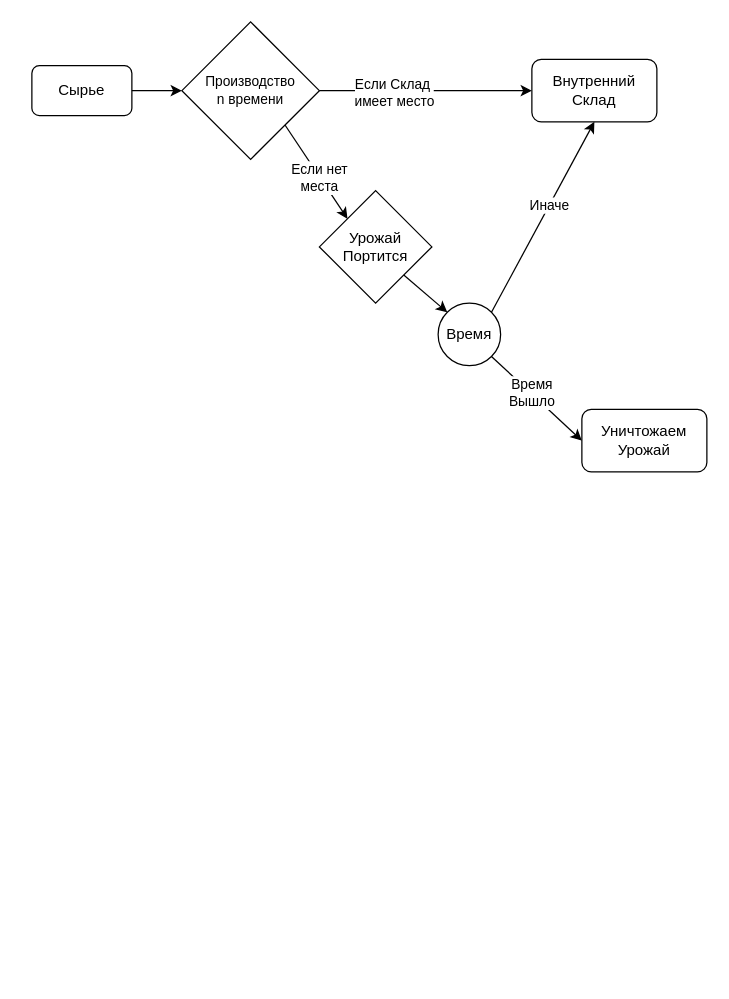
MatherTGL/Mexico-Tycoon-Last keeps this draw.io diagram as Assets/Documents/Производство.drawio. Above is the earlier version. Source tidied: cells renumbered, new cells numbered last; positions are measured from the earlier drawing's top-left corner, leaving out a move shared by most shapes. Both pictures are drawn from the tidied source at 125%, with x=0, y=0 at pixel (31, 21).
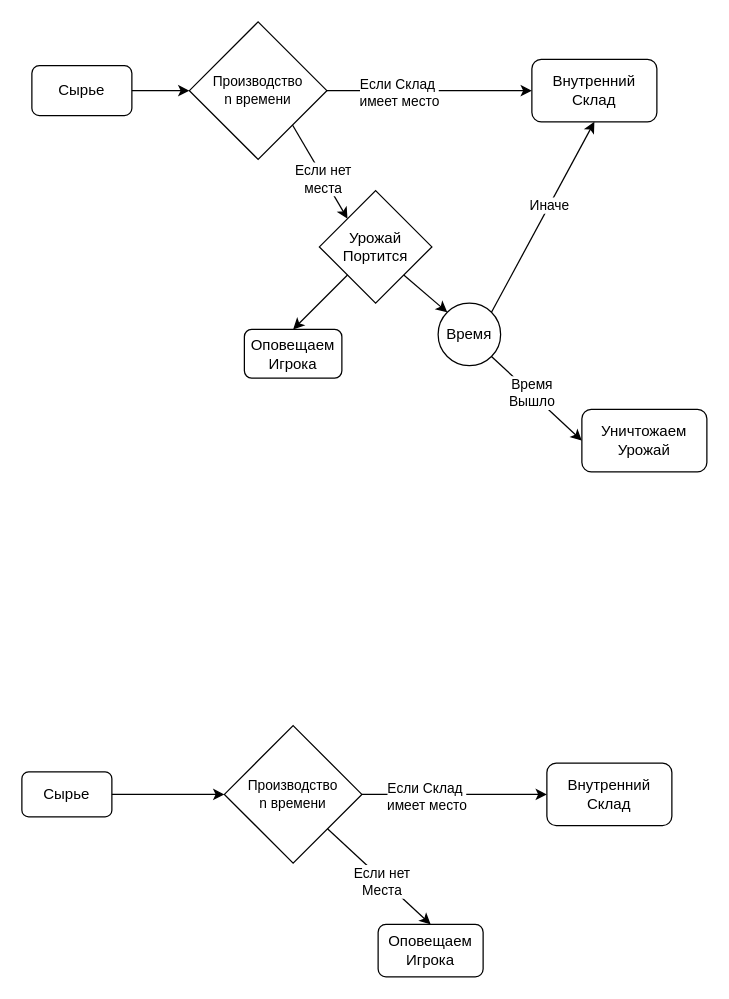
Above is the later version.

Unchanged cells that the change refers to:
```xml
<mxCell id="8" value="&lt;div&gt;Урожай&lt;/div&gt;&lt;div&gt;Портится&lt;br&gt;&lt;/div&gt;" style="rhombus;whiteSpace=wrap;html=1;" parent="1" vertex="1">
  <mxGeometry x="230" y="135" width="90" height="90" as="geometry" />
</mxCell>
```

Diff of the diagram source:
```diff
@@
     <mxCell id="3" value="&lt;div style=&quot;font-size: 11px;&quot;&gt;&lt;font style=&quot;font-size: 11px;&quot;&gt;Производство&lt;/font&gt;&lt;/div&gt;&lt;font style=&quot;font-size: 11px;&quot;&gt;n времени&lt;/font&gt;" style="rhombus;whiteSpace=wrap;html=1;" parent="1" vertex="1">
-      <mxGeometry x="120" width="110" height="110" as="geometry" />
+      <mxGeometry x="126" width="110" height="110" as="geometry" />
     </mxCell>
@@
+    <mxCell id="18" value="Сырье" style="rounded=1;whiteSpace=wrap;html=1;" parent="1" vertex="1">
+      <mxGeometry x="-8" y="600" width="72" height="36" as="geometry" />
+    </mxCell>
+    <mxCell id="19" value="&lt;div style=&quot;font-size: 11px;&quot;&gt;&lt;font style=&quot;font-size: 11px;&quot;&gt;Производство&lt;/font&gt;&lt;/div&gt;&lt;font style=&quot;font-size: 11px;&quot;&gt;n времени&lt;/font&gt;" style="rhombus;whiteSpace=wrap;html=1;" parent="1" vertex="1">
+      <mxGeometry x="154" y="563" width="110" height="110" as="geometry" />
+    </mxCell>
+    <mxCell id="20" style="endArrow=classic;html=1;rounded=0;exitX=1;exitY=0.5;exitDx=0;exitDy=0;entryX=0;entryY=0.5;entryDx=0;entryDy=0;" parent="1" edge="1" source="18" target="19">
+      <mxGeometry relative="1" as="geometry" />
+    </mxCell>
+    <mxCell id="21" value="Внутренний&lt;br&gt;&lt;div&gt;Склад&lt;/div&gt;" style="rounded=1;whiteSpace=wrap;html=1;" parent="1" vertex="1">
+      <mxGeometry x="412" y="593" width="100" height="50" as="geometry" />
+    </mxCell>
+    <mxCell id="22" style="endArrow=classic;html=1;rounded=0;entryX=0;entryY=0.5;entryDx=0;entryDy=0;exitX=1;exitY=0.5;exitDx=0;exitDy=0;" parent="1" edge="1" source="19" target="21">
+      <mxGeometry relative="1" as="geometry" />
+    </mxCell>
+    <mxCell id="23" value="&lt;div&gt;Если Склад&amp;nbsp;&lt;/div&gt;&lt;div&gt;имеет место&lt;/div&gt;" style="edgeLabel;html=1;align=center;verticalAlign=middle;" parent="22" vertex="1">
+      <mxGeometry x="-0.31" y="-1" relative="1" as="geometry" />
+    </mxCell>
+    <mxCell id="24" value="&lt;div&gt;Оповещаем&lt;/div&gt;&lt;div&gt;Игрока&lt;br&gt;&lt;/div&gt;" style="rounded=1;whiteSpace=wrap;html=1;" parent="1" vertex="1">
+      <mxGeometry x="277" y="722" width="84" height="42" as="geometry" />
+    </mxCell>
+    <mxCell id="25" style="endArrow=classic;html=1;rounded=0;exitX=1;exitY=1;exitDx=0;exitDy=0;entryX=0.5;entryY=0;entryDx=0;entryDy=0;" parent="1" edge="1" source="19" target="24">
+      <mxGeometry relative="1" as="geometry" />
+    </mxCell>
+    <mxCell id="26" value="&lt;div&gt;Если нет&lt;/div&gt;&lt;div&gt;Места&lt;br&gt;&lt;/div&gt;" style="edgeLabel;html=1;align=center;verticalAlign=middle;" parent="25" vertex="1">
+      <mxGeometry x="0.06" y="-1" relative="1" as="geometry" />
+    </mxCell>
+    <mxCell id="27" value="&lt;div&gt;Оповещаем&lt;/div&gt;&lt;div&gt;Игрока&lt;br&gt;&lt;/div&gt;" style="rounded=1;whiteSpace=wrap;html=1;" parent="1" vertex="1">
+      <mxGeometry x="170" y="246" width="78" height="39" as="geometry" />
+    </mxCell>
+    <mxCell id="28" style="endArrow=classic;html=1;rounded=0;entryX=0.5;entryY=0;entryDx=0;entryDy=0;exitX=0;exitY=1;exitDx=0;exitDy=0;" parent="1" edge="1" source="8" target="27">
+      <mxGeometry relative="1" as="geometry" />
+    </mxCell>
```
